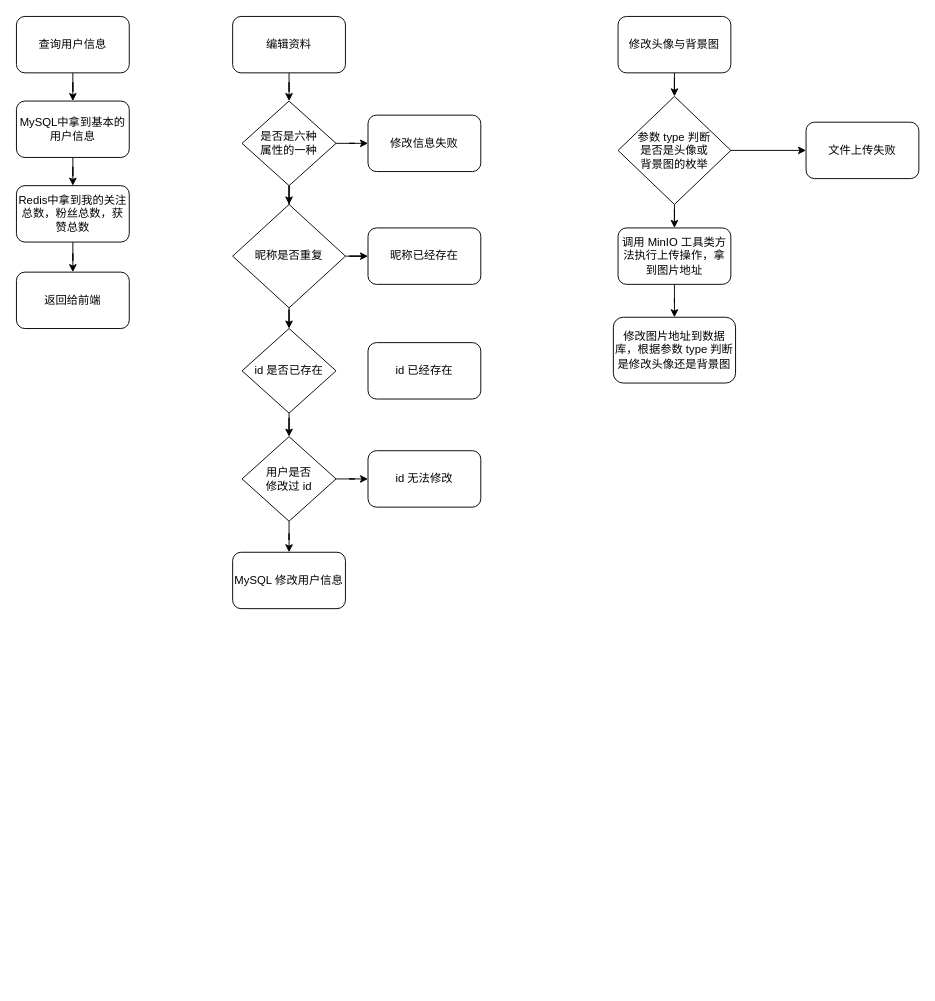
Before: 用户模块.drawio in lee11xx/picgo-img, a draw.io diagram. Source tidied: cells renumbered, new cells numbered last; positions are measured from the earlier drawing's top-left corner, leaving out a move shared by most shapes. Both pictures are drawn from the tidied source at 94%, with x=0, y=0 at pixel (16, 16).
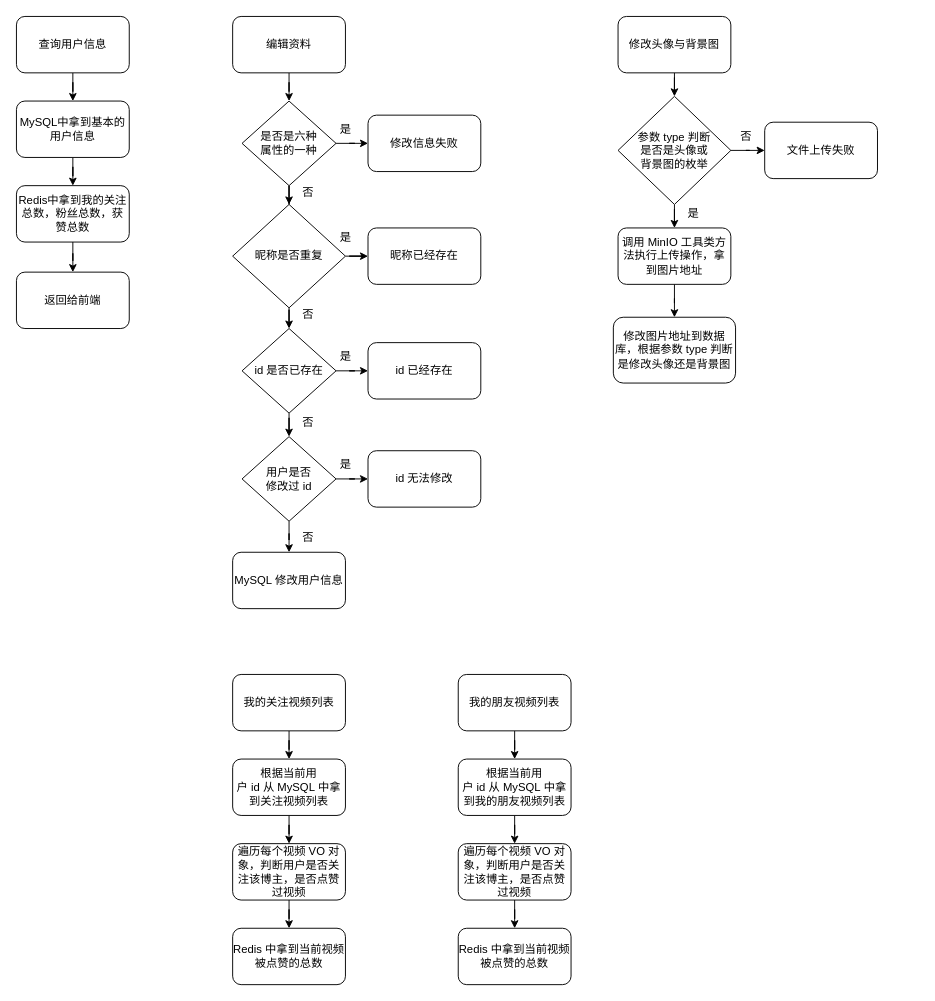
The same diagram, later.

Commit message (it also covers changes not shown here):
更新用户模块.drawio

The change refers to these unchanged cells:
```xml
<mxCell id="20" value="id&amp;nbsp;是否已存在" style="rhombus;whiteSpace=wrap;html=1;" parent="1" vertex="1">
  <mxGeometry x="240" y="332" width="100" height="90" as="geometry" />
</mxCell>
<mxCell id="21" value="id 已经存在" style="rounded=1;whiteSpace=wrap;html=1;" parent="1" vertex="1">
  <mxGeometry x="374" y="347" width="120" height="60" as="geometry" />
</mxCell>
```

Diff of the diagram source:
```diff
@@
+    <mxCell id="36" style="edgeStyle=orthogonalEdgeStyle;rounded=0;jettySize=auto;html=1;" parent="1" edge="1" source="20" target="21">
+      <mxGeometry relative="1" as="geometry" />
+    </mxCell>
@@
     <mxCell id="32" value="文件上传失败" style="rounded=1;whiteSpace=wrap;html=1;" parent="1" vertex="1">
-      <mxGeometry x="840" y="112.5" width="120" height="60" as="geometry" />
+      <mxGeometry x="796" y="112.5" width="120" height="60" as="geometry" />
     </mxCell>
@@
+    <mxCell id="37" style="edgeStyle=orthogonalEdgeStyle;rounded=0;jettySize=auto;html=1;" parent="1" edge="1" source="38" target="40">
+      <mxGeometry relative="1" as="geometry" />
+    </mxCell>
+    <mxCell id="38" value="我的关注视频列表" style="rounded=1;whiteSpace=wrap;html=1;" parent="1" vertex="1">
+      <mxGeometry x="230" y="700" width="120" height="60" as="geometry" />
+    </mxCell>
+    <mxCell id="39" style="edgeStyle=orthogonalEdgeStyle;rounded=0;jettySize=auto;html=1;" parent="1" edge="1" source="40" target="42">
+      <mxGeometry relative="1" as="geometry" />
+    </mxCell>
+    <mxCell id="40" value="根据当前用户&amp;nbsp;id&amp;nbsp;从&amp;nbsp;MySQL&amp;nbsp;中拿到关注视频列表" style="whiteSpace=wrap;html=1;rounded=1;" parent="1" vertex="1">
+      <mxGeometry x="230" y="790" width="120" height="60" as="geometry" />
+    </mxCell>
+    <mxCell id="41" style="edgeStyle=orthogonalEdgeStyle;rounded=0;jettySize=auto;html=1;" parent="1" edge="1" source="42" target="43">
+      <mxGeometry relative="1" as="geometry" />
+    </mxCell>
+    <mxCell id="42" value="遍历每个视频&amp;nbsp;VO&amp;nbsp;对象，判断用户是否关注该博主，是否点赞过视频" style="whiteSpace=wrap;html=1;rounded=1;" parent="1" vertex="1">
+      <mxGeometry x="230" y="880" width="120" height="60" as="geometry" />
+    </mxCell>
+    <mxCell id="43" value="Redis&amp;nbsp;中拿到当前视频被点赞的总数" style="whiteSpace=wrap;html=1;rounded=1;" parent="1" vertex="1">
+      <mxGeometry x="230" y="970" width="120" height="60" as="geometry" />
+    </mxCell>
+    <mxCell id="44" style="edgeStyle=orthogonalEdgeStyle;rounded=0;jettySize=auto;html=1;" parent="1" edge="1" source="45" target="47">
+      <mxGeometry relative="1" as="geometry" />
+    </mxCell>
+    <mxCell id="45" value="我的朋友视频列表" style="rounded=1;whiteSpace=wrap;html=1;" parent="1" vertex="1">
+      <mxGeometry x="470" y="700" width="120" height="60" as="geometry" />
+    </mxCell>
+    <mxCell id="46" style="edgeStyle=orthogonalEdgeStyle;rounded=0;jettySize=auto;html=1;" parent="1" edge="1" source="47" target="49">
+      <mxGeometry relative="1" as="geometry" />
+    </mxCell>
+    <mxCell id="47" value="根据当前用户&amp;nbsp;id&amp;nbsp;从&amp;nbsp;MySQL&amp;nbsp;中拿到我的朋友视频列表" style="whiteSpace=wrap;html=1;rounded=1;" parent="1" vertex="1">
+      <mxGeometry x="470" y="790" width="120" height="60" as="geometry" />
+    </mxCell>
+    <mxCell id="48" style="edgeStyle=orthogonalEdgeStyle;rounded=0;jettySize=auto;html=1;" parent="1" edge="1" source="49" target="50">
+      <mxGeometry relative="1" as="geometry" />
+    </mxCell>
+    <mxCell id="49" value="遍历每个视频&amp;nbsp;VO&amp;nbsp;对象，判断用户是否关注该博主，是否点赞过视频" style="whiteSpace=wrap;html=1;rounded=1;" parent="1" vertex="1">
+      <mxGeometry x="470" y="880" width="120" height="60" as="geometry" />
+    </mxCell>
+    <mxCell id="50" value="Redis&amp;nbsp;中拿到当前视频被点赞的总数" style="whiteSpace=wrap;html=1;rounded=1;" parent="1" vertex="1">
+      <mxGeometry x="470" y="970" width="120" height="60" as="geometry" />
+    </mxCell>
+    <mxCell id="51" value="是" style="text;html=1;align=center;verticalAlign=middle;strokeColor=none;fillColor=none;" parent="1" vertex="1">
+      <mxGeometry x="330" y="105" width="40" height="30" as="geometry" />
+    </mxCell>
+    <mxCell id="52" value="否" style="text;html=1;align=center;verticalAlign=middle;strokeColor=none;fillColor=none;" parent="1" vertex="1">
+      <mxGeometry x="290" y="172.5" width="40" height="30" as="geometry" />
+    </mxCell>
+    <mxCell id="53" value="是" style="text;html=1;align=center;verticalAlign=middle;strokeColor=none;fillColor=none;" parent="1" vertex="1">
+      <mxGeometry x="330" y="220" width="40" height="30" as="geometry" />
+    </mxCell>
+    <mxCell id="54" value="是" style="text;html=1;align=center;verticalAlign=middle;strokeColor=none;fillColor=none;" parent="1" vertex="1">
+      <mxGeometry x="330" y="347" width="40" height="30" as="geometry" />
+    </mxCell>
+    <mxCell id="55" value="是" style="text;html=1;align=center;verticalAlign=middle;strokeColor=none;fillColor=none;" parent="1" vertex="1">
+      <mxGeometry x="330" y="462" width="40" height="30" as="geometry" />
+    </mxCell>
+    <mxCell id="56" value="否" style="text;html=1;align=center;verticalAlign=middle;strokeColor=none;fillColor=none;" parent="1" vertex="1">
+      <mxGeometry x="290" y="302" width="40" height="30" as="geometry" />
+    </mxCell>
+    <mxCell id="57" value="否" style="text;html=1;align=center;verticalAlign=middle;strokeColor=none;fillColor=none;" parent="1" vertex="1">
+      <mxGeometry x="290" y="417" width="40" height="30" as="geometry" />
+    </mxCell>
+    <mxCell id="58" value="否" style="text;html=1;align=center;verticalAlign=middle;strokeColor=none;fillColor=none;" parent="1" vertex="1">
+      <mxGeometry x="290" y="540" width="40" height="30" as="geometry" />
+    </mxCell>
+    <mxCell id="59" value="是" style="text;html=1;align=center;verticalAlign=middle;strokeColor=none;fillColor=none;" parent="1" vertex="1">
+      <mxGeometry x="700" y="195" width="40" height="30" as="geometry" />
+    </mxCell>
+    <mxCell id="60" value="否" style="text;html=1;align=center;verticalAlign=middle;strokeColor=none;fillColor=none;" parent="1" vertex="1">
+      <mxGeometry x="756" y="112.5" width="40" height="30" as="geometry" />
+    </mxCell>
```
